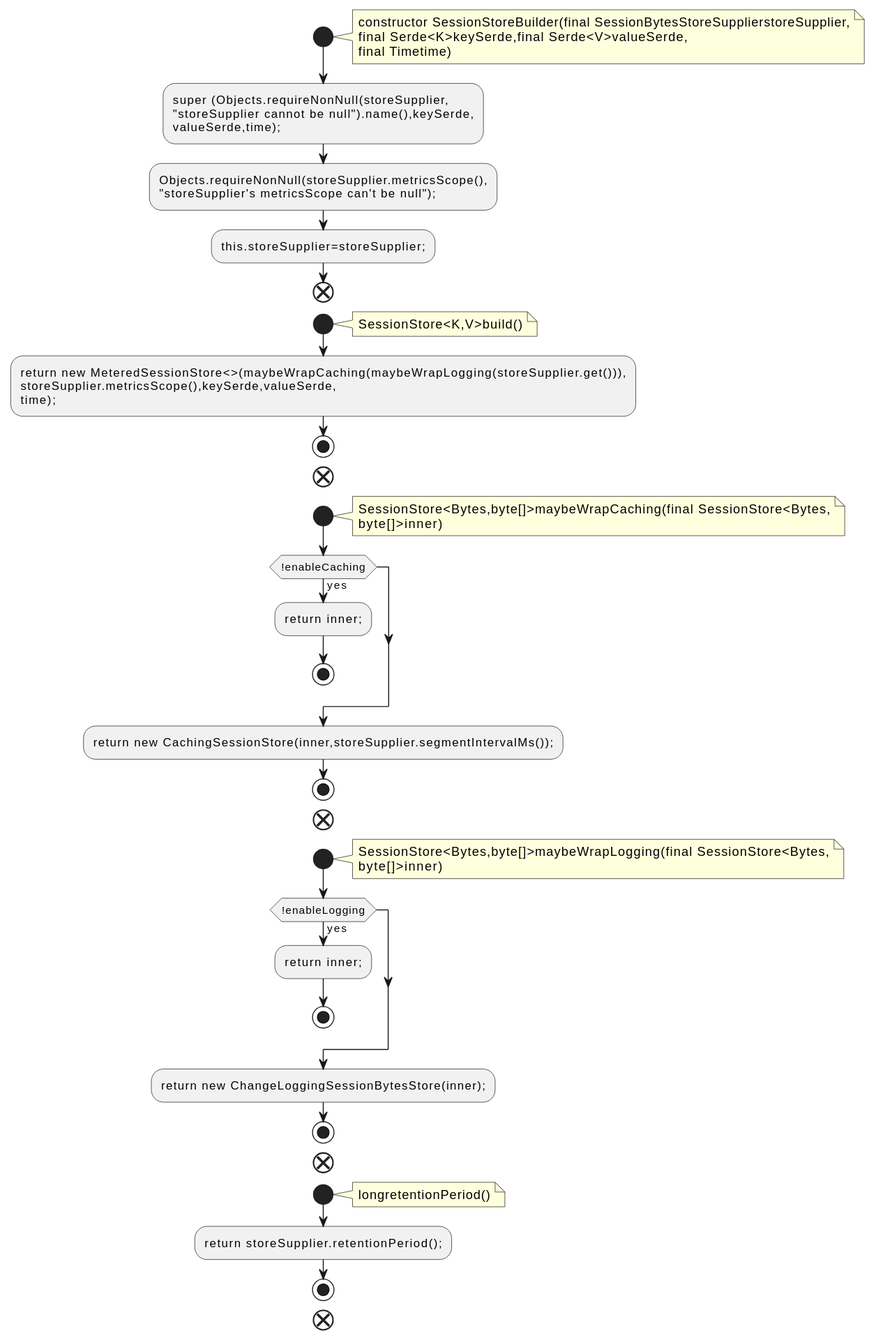
qualitesys/kafka keeps this PlantUML diagram as docs/qc/streams/src/main/java/org/apache/kafka/streams/state/internals/SessionStoreBuilder.java.fct.svg. Above is the earlier version.
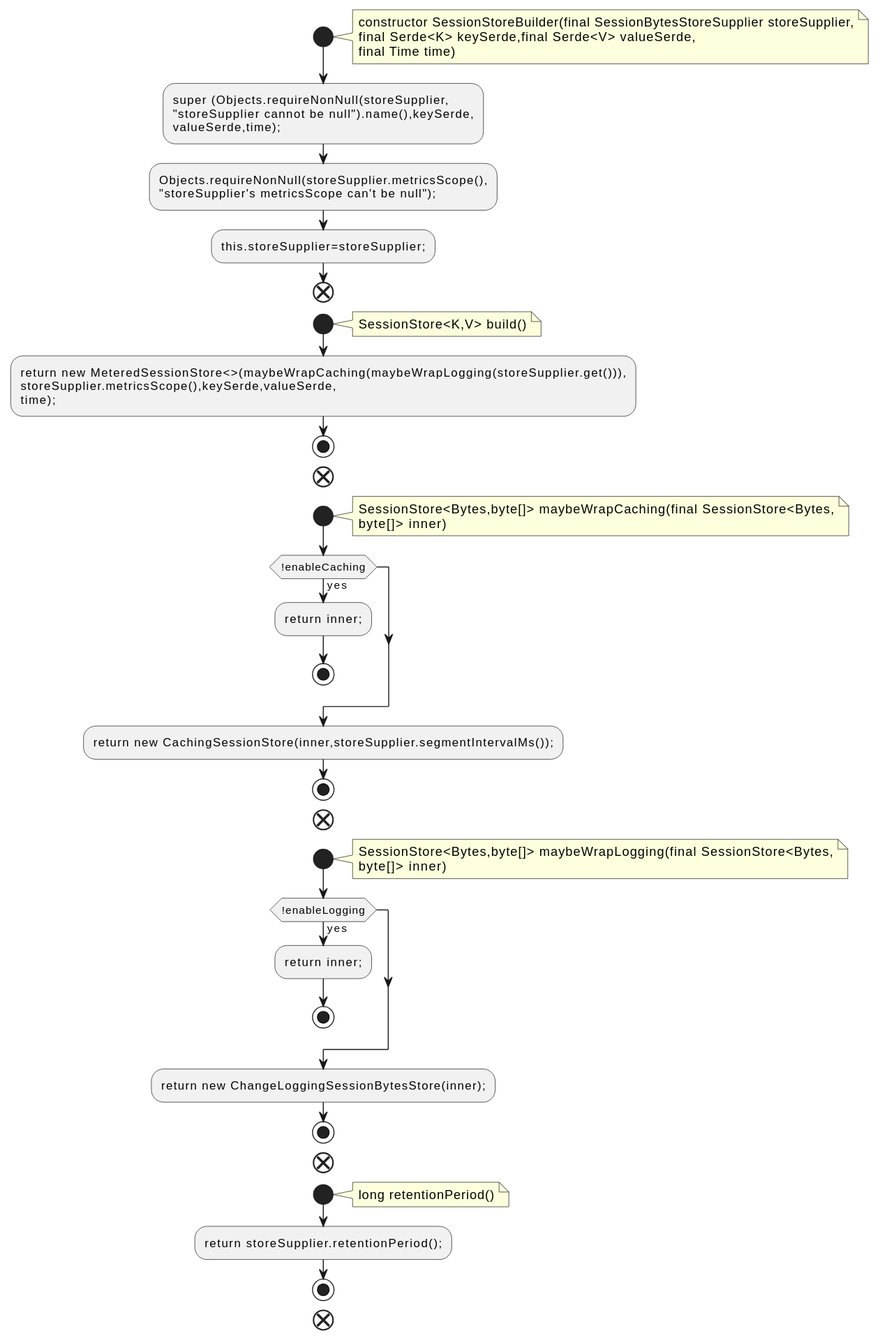
Later version of the same file.

What changed in the source:
```diff
@@ -2,9 +2,9 @@
 !pragma layout smetana
 start
 note right
-constructor SessionStoreBuilder(final SessionBytesStoreSupplierstoreSupplier,
-final Serde<K>keySerde,final Serde<V>valueSerde,
-final Timetime)
+constructor SessionStoreBuilder(final SessionBytesStoreSupplier storeSupplier,
+final Serde<K> keySerde,final Serde<V> valueSerde,
+final Time time)
 end note
 :super (Objects.requireNonNull(storeSupplier,
 "storeSupplier cannot be null").name(),keySerde,
@@ -15,7 +15,7 @@
 end
 start
 note right
-SessionStore<K,V>build()
+SessionStore<K,V> build()
 end note
 :return new MeteredSessionStore<>(maybeWrapCaching(maybeWrapLogging(storeSupplier.get())),
 storeSupplier.metricsScope(),keySerde,valueSerde,
@@ -24,8 +24,8 @@
 end
 start
 note right
-SessionStore<Bytes,byte[]>maybeWrapCaching(final SessionStore<Bytes,
-byte[]>inner)
+SessionStore<Bytes,byte[]> maybeWrapCaching(final SessionStore<Bytes,
+byte[]> inner)
 end note
 if (!enableCaching) then (yes)
 :return inner;;
@@ -36,8 +36,8 @@
 end
 start
 note right
-SessionStore<Bytes,byte[]>maybeWrapLogging(final SessionStore<Bytes,
-byte[]>inner)
+SessionStore<Bytes,byte[]> maybeWrapLogging(final SessionStore<Bytes,
+byte[]> inner)
 end note
 if (!enableLogging) then (yes)
 :return inner;;
@@ -48,7 +48,7 @@
 end
 start
 note right
-longretentionPeriod()
+long retentionPeriod()
 end note
 :return storeSupplier.retentionPeriod();;
 stop
```
